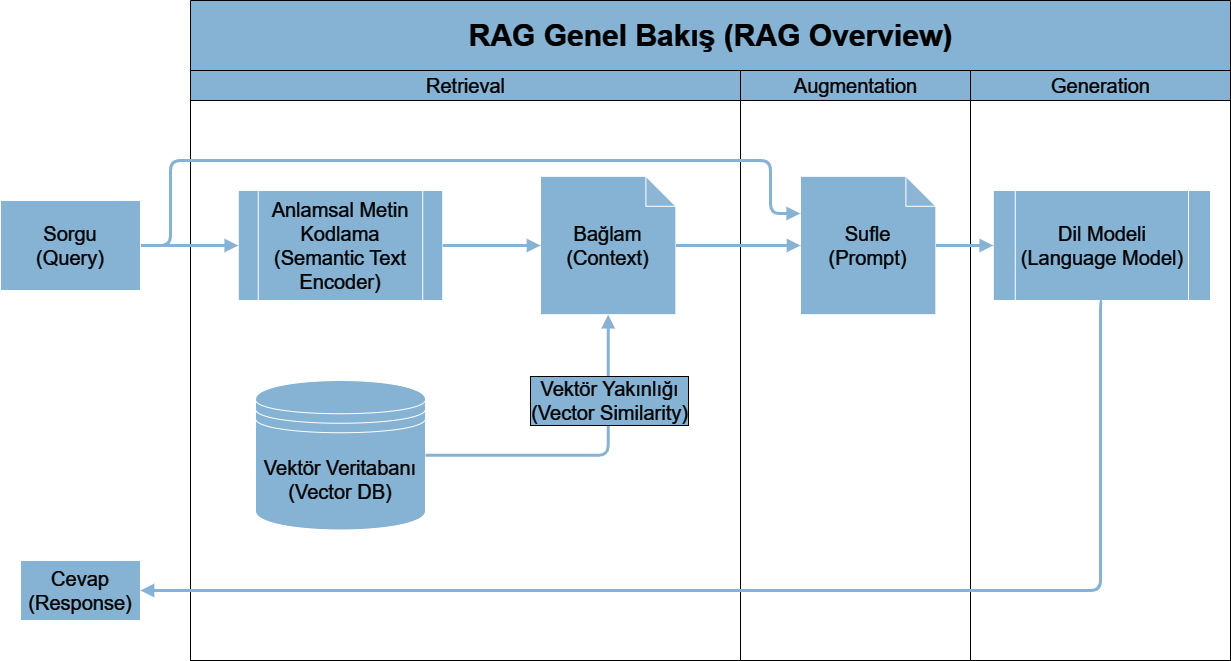
Above: rag-pdf-tr-workflow-Overview.png in mgoksu/Chat-PDF-for-turkish (draw.io), before the change. Source tidied: cells renumbered, new cells last; positions are measured from the earlier drawing's top-left corner, leaving out a move shared by most shapes.
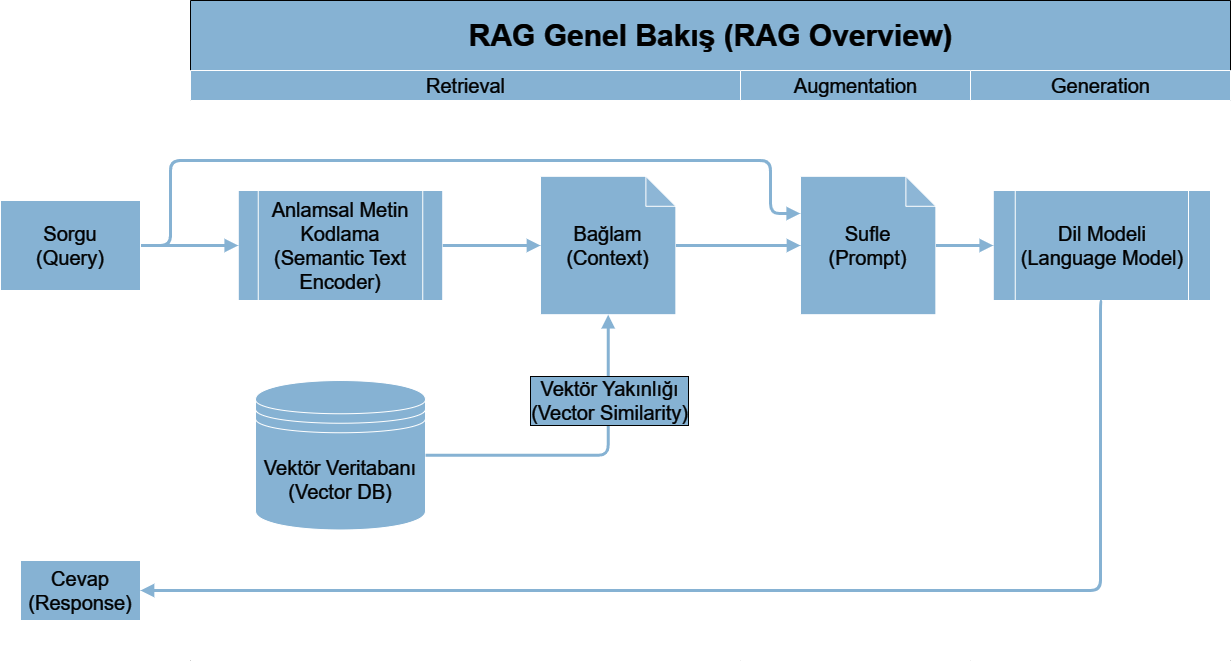
The same diagram one commit later.

Change to the diagram source:
```diff
@@ -5,7 +5,7 @@
     <mxCell id="2" value="&lt;font style=&quot;font-size: 30px;&quot;&gt;&lt;b&gt;RAG Genel Bakış (RAG Overview)&lt;/b&gt;&lt;/font&gt;" style="swimlane;startSize=70;html=1;shadow=0;strokeColor=#FFFFFF;align=center;verticalAlign=middle;spacing=6;fontFamily=Helvetica;fontSize=20;fontColor=#FFFFFF;fontStyle=0;fillColor=#2f5b7c;" parent="1" vertex="1">
       <mxGeometry x="190" width="1040" height="660" as="geometry" />
     </mxCell>
-    <mxCell id="3" value="Retrieval" style="swimlane;startSize=30;html=1;shadow=0;strokeColor=#FFFFFF;align=center;verticalAlign=middle;spacing=6;fontFamily=Helvetica;fontSize=20;fontColor=#FFFFFF;fontStyle=0;fillColor=#2f5b7c;" parent="2" vertex="1">
+    <mxCell id="3" value="Retrieval" style="swimlane;startSize=30;html=1;shadow=0;strokeColor=default;align=center;verticalAlign=middle;spacing=6;fontFamily=Helvetica;fontSize=20;fontColor=#FFFFFF;fontStyle=0;fillColor=#2f5b7c;" parent="2" vertex="1">
       <mxGeometry y="70" width="550" height="590" as="geometry" />
     </mxCell>
     <mxCell id="4" value="Vektör Veritabanı&lt;br&gt;(Vector DB)" style="shape=datastore;whiteSpace=wrap;html=1;shadow=0;align=center;verticalAlign=middle;spacing=6;fontFamily=Helvetica;fontSize=20;fontColor=#FFFFFF;fontStyle=0;fillColor=#2f5b7c;" parent="3" vertex="1">
@@ -28,7 +28,7 @@
         <mxPoint x="35" y="-55" as="offset" />
       </mxGeometry>
     </mxCell>
-    <mxCell id="10" value="Augmentation" style="swimlane;startSize=30;html=1;shadow=0;strokeColor=#FFFFFF;align=center;verticalAlign=middle;spacing=6;fontFamily=Helvetica;fontSize=20;fontColor=#FFFFFF;fontStyle=0;fillColor=#2f5b7c;" parent="2" vertex="1">
+    <mxCell id="10" value="Augmentation" style="swimlane;startSize=30;html=1;shadow=0;strokeColor=default;align=center;verticalAlign=middle;spacing=6;fontFamily=Helvetica;fontSize=20;fontColor=#FFFFFF;fontStyle=0;fillColor=#2f5b7c;" parent="2" vertex="1">
       <mxGeometry x="550" y="70" width="230" height="590" as="geometry" />
     </mxCell>
     <mxCell id="11" value="Sufle&lt;br&gt;(Prompt)" style="shape=note;whiteSpace=wrap;html=1;backgroundOutline=1;darkOpacity=0.05;shadow=0;align=center;verticalAlign=middle;spacing=6;fontFamily=Helvetica;fontSize=20;fontColor=#FFFFFF;fontStyle=0;fillColor=#2f5b7c;" parent="10" vertex="1">
@@ -37,7 +37,7 @@
     <mxCell id="12" style="edgeStyle=orthogonalEdgeStyle;rounded=1;jettySize=auto;html=1;entryX=0;entryY=0.5;entryDx=0;entryDy=0;entryPerimeter=0;strokeColor=#2F5B7C;strokeWidth=3;align=center;verticalAlign=middle;fontFamily=Helvetica;fontSize=20;fontColor=#FFFFFF;fontStyle=0;labelBackgroundColor=default;endArrow=block;endFill=1;" parent="2" edge="1" source="6" target="11">
       <mxGeometry relative="1" as="geometry" />
     </mxCell>
-    <mxCell id="13" value="Generation" style="swimlane;startSize=30;html=1;shadow=0;strokeColor=#FFFFFF;align=center;verticalAlign=middle;spacing=6;fontFamily=Helvetica;fontSize=20;fontColor=#FFFFFF;fontStyle=0;fillColor=#2f5b7c;" parent="2" vertex="1">
+    <mxCell id="13" value="Generation" style="swimlane;startSize=30;html=1;shadow=0;strokeColor=default;align=center;verticalAlign=middle;spacing=6;fontFamily=Helvetica;fontSize=20;fontColor=#FFFFFF;fontStyle=0;fillColor=#2f5b7c;" parent="2" vertex="1">
       <mxGeometry x="780" y="70" width="260" height="590" as="geometry" />
     </mxCell>
     <mxCell id="14" value="Dil Modeli&lt;br&gt;(Language Model)" style="shape=process;whiteSpace=wrap;html=1;backgroundOutline=1;shadow=0;align=center;verticalAlign=middle;spacing=6;fontFamily=Helvetica;fontSize=20;fontColor=#FFFFFF;fontStyle=0;fillColor=#2f5b7c;" parent="13" vertex="1">
```
